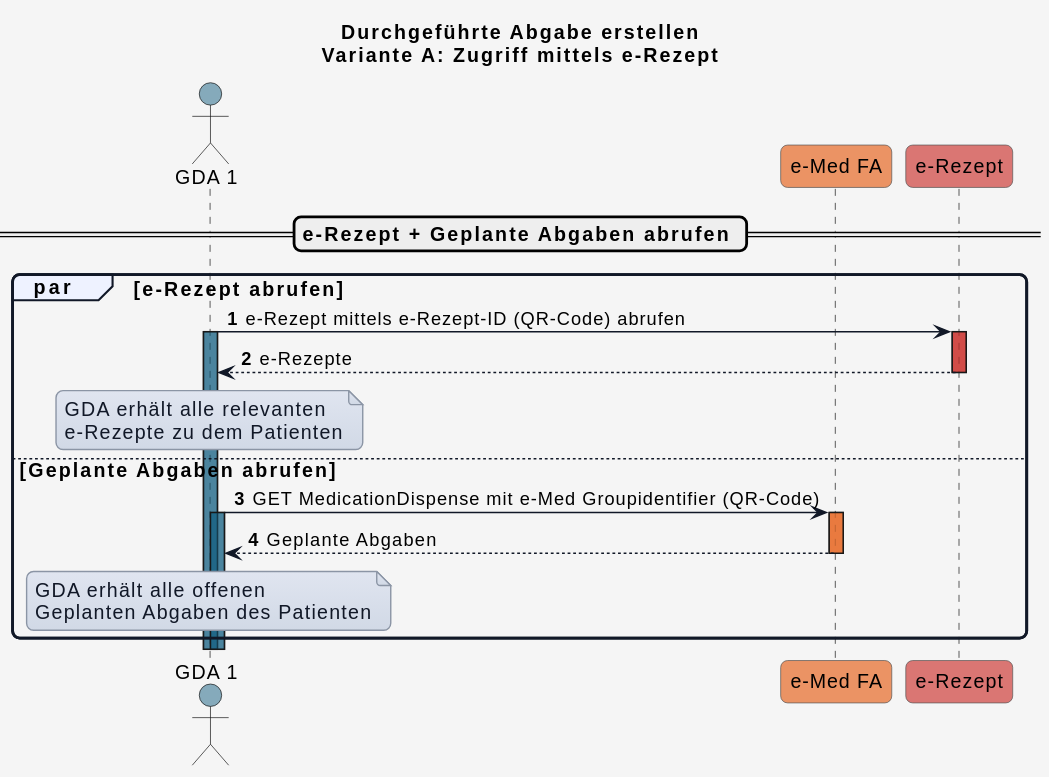
Above: input/images/plantuml/UC_eMed_07_01_b.svg in HL7Austria/ELGA-e-Medikation-R4 (PlantUML), before the change.
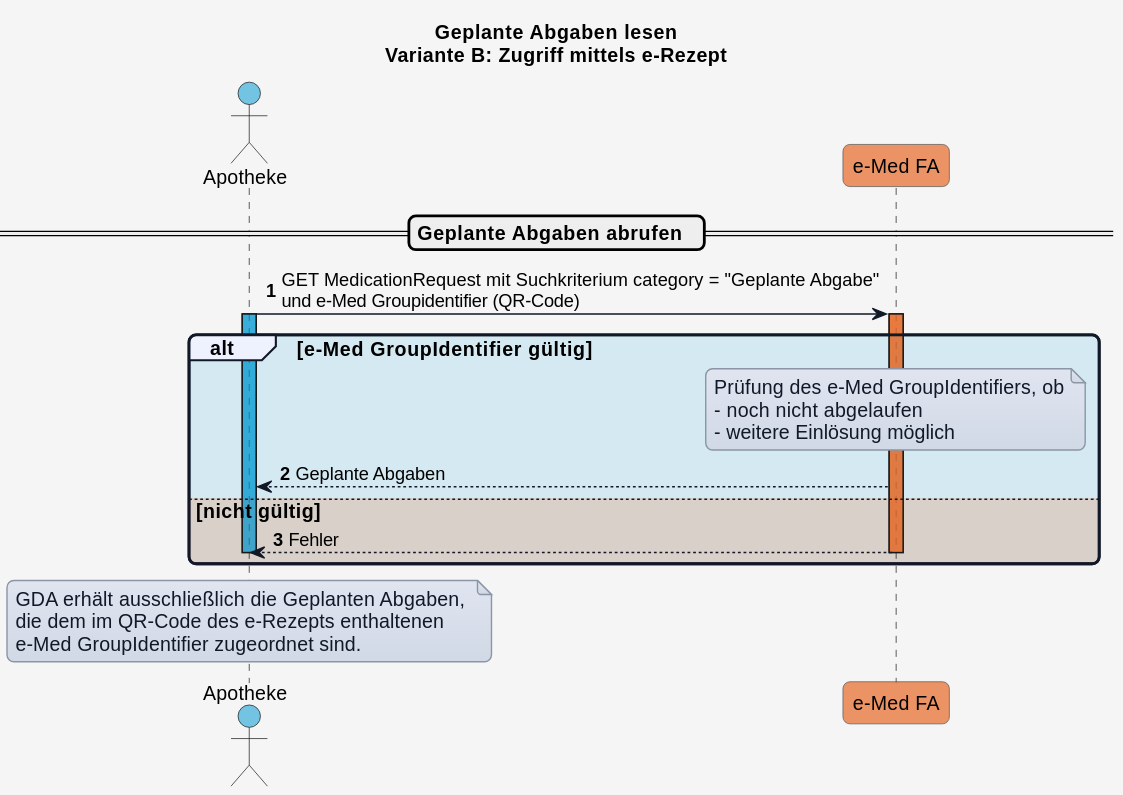
Above is the later version.

Diff of the diagram source:
```diff
@@ -1,5 +1,5 @@
 @startuml
-title Durchgeführte Abgabe erstellen\nVariante A: Zugriff mittels e-Rezept
+title Geplante Abgaben lesen\nVariante B: Zugriff mittels e-Rezept
 
 
 skinparam borderColor #000000
@@ -48,35 +48,32 @@
 !define COLOR_OK       #0F9ED525
 !define COLOR_ERROR    #E9713235
 
-actor GDA_1 as "GDA 1" COLOR_GDA_1
+actor GDA_Apo as "Apotheke" COLOR_APO
 participant eMed_FA as "e-Med FA" COLOR_EMED_FA
-participant e_Rezept as "e-Rezept" COLOR_E_REZEPT
 
 autonumber
 
-== e-Rezept + Geplante Abgaben abrufen ==
+== Geplante Abgaben abrufen  ==
 
-par e-Rezept abrufen
-  GDA_1 -> e_Rezept: e-Rezept mittels e-Rezept-ID (QR-Code) abrufen
-  activate GDA_1 COLOR_GDA_1
-  activate e_Rezept COLOR_E_REZEPT
-  e_Rezept --> GDA_1: e-Rezepte
-  deactivate e_Rezept
-  note over GDA_1
-  GDA erhält alle relevanten
-  e-Rezepte zu dem Patienten
+
+GDA_Apo -> eMed_FA: GET MedicationRequest mit Suchkriterium category = "Geplante Abgabe"\nund e-Med Groupidentifier (QR-Code)
+activate GDA_Apo COLOR_APO
+activate eMed_FA COLOR_EMED_FA
+alt COLOR_OK e-Med GroupIdentifier gültig
+  note over eMed_FA
+  Prüfung des e-Med GroupIdentifiers, ob
+  - noch nicht abgelaufen
+  - weitere Einlösung möglich
   end note
-
-else Geplante Abgaben abrufen
-  GDA_1 -> eMed_FA: GET MedicationDispense mit e-Med Groupidentifier (QR-Code)
-  activate GDA_1 COLOR_GDA_1
-  activate eMed_FA COLOR_EMED_FA
-  eMed_FA --> GDA_1: Geplante Abgaben
+  eMed_FA --> GDA_Apo: Geplante Abgaben
+else COLOR_ERROR nicht gültig
+  eMed_FA --> GDA_Apo: Fehler
   deactivate eMed_FA
-  note over GDA_1
-  GDA erhält alle offenen
-  Geplanten Abgaben des Patienten
-  end note
-
+  deactivate GDA_Apo
 end
+note over GDA_Apo
+GDA erhält ausschließlich die Geplanten Abgaben,
+die dem im QR-Code des e-Rezepts enthaltenen
+e-Med GroupIdentifier zugeordnet sind.
+end note
 @enduml
```
